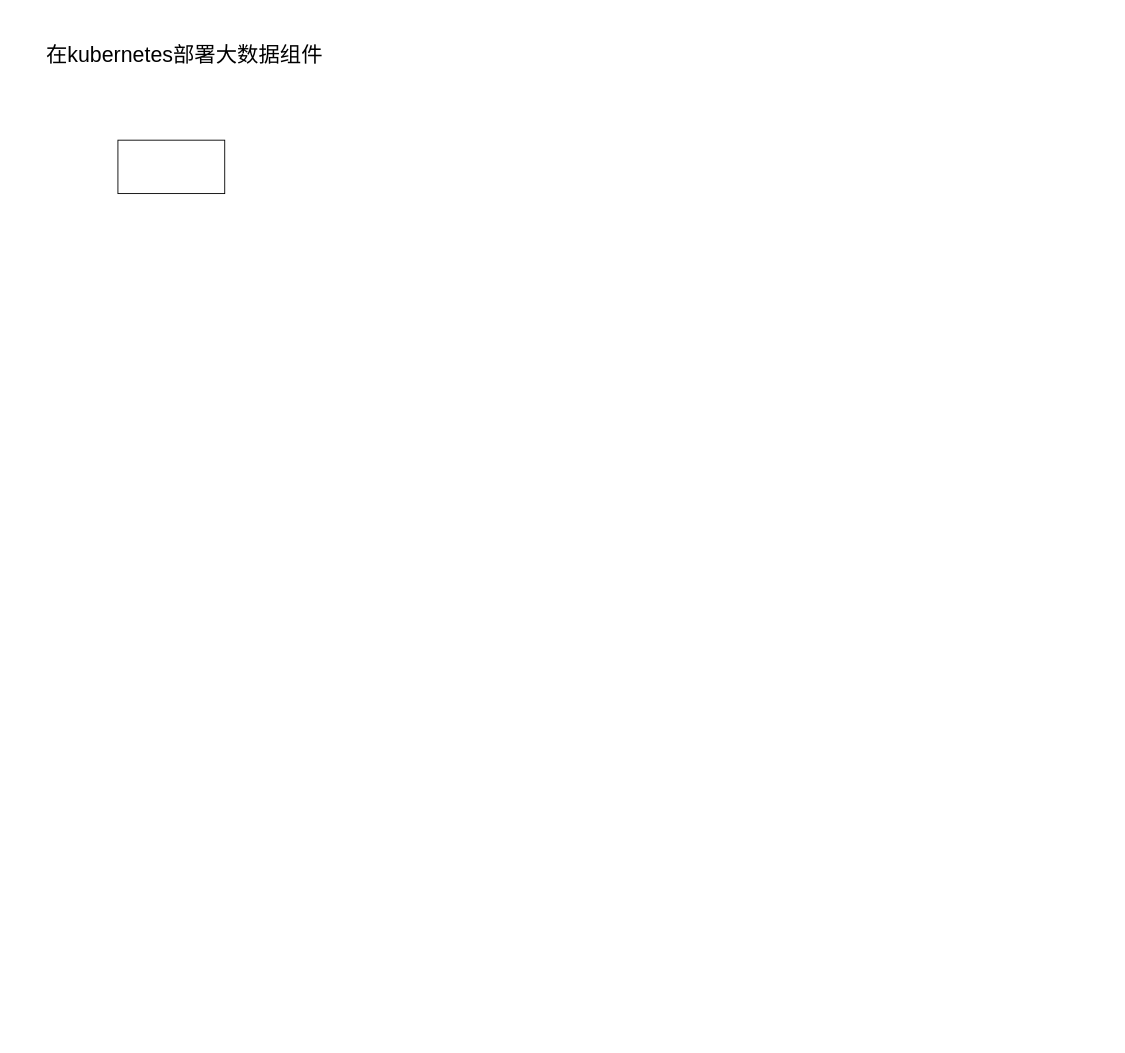
The draw.io diagram bigdata-project/项目介绍.drawio in DeadTimeHK/drawio, before the edit. Source tidied: cells renumbered, new cells numbered last; positions are measured from the earlier drawing's top-left corner, leaving out a move shared by most shapes. Both pictures are drawn from the tidied source at 89%, with x=0, y=0 at pixel (28, 42).
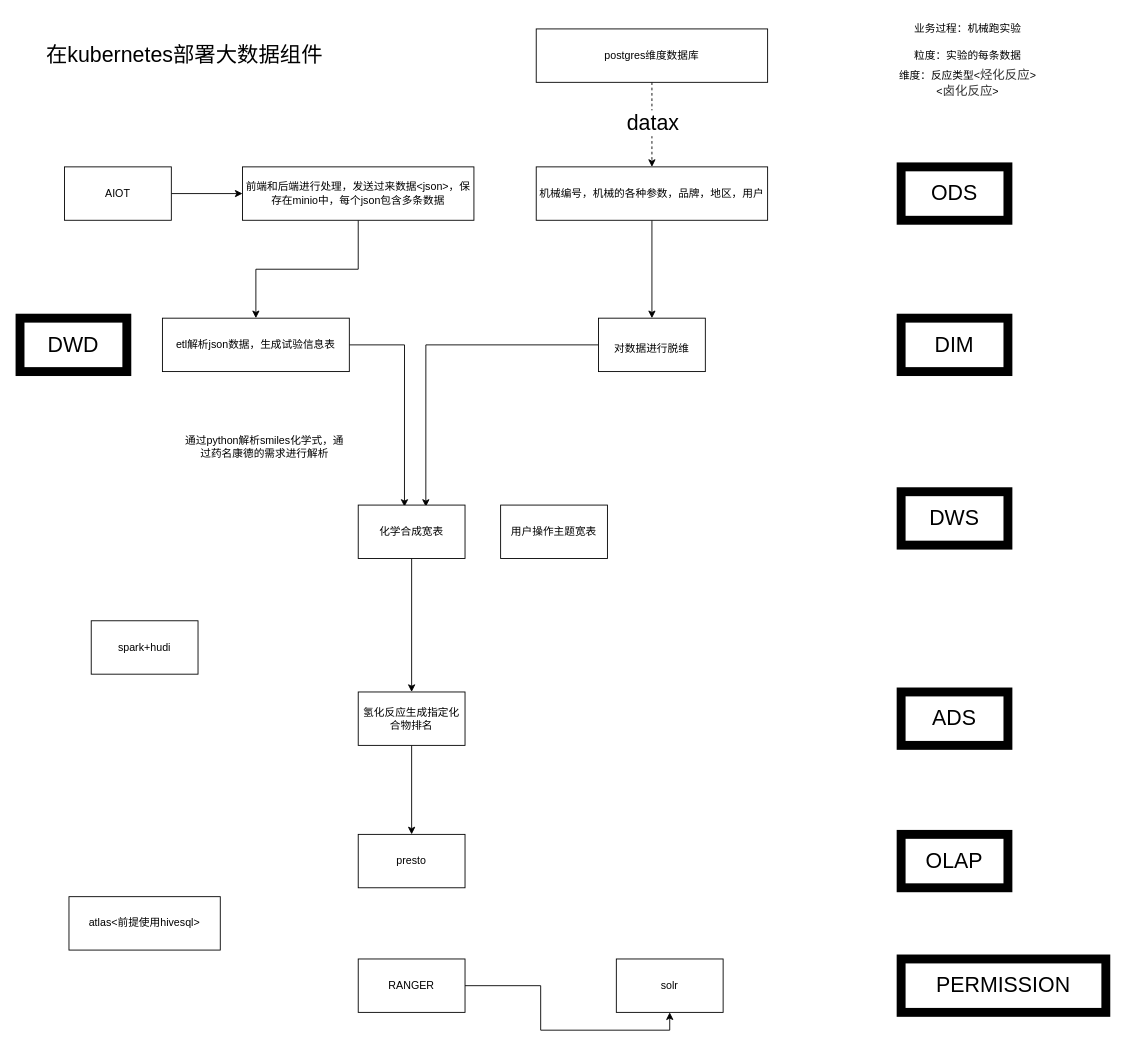
Above is the later version.

Commit message (it also covers changes not shown here):
更新项目介绍.drawio

The edit, as a diff of the source:
```diff
@@
+    <mxCell id="4" style="edgeStyle=orthogonalEdgeStyle;rounded=0;jettySize=auto;html=1;fontSize=24;" parent="1" edge="1" source="2" target="6">
+      <mxGeometry relative="1" as="geometry" />
+    </mxCell>
-    <mxCell id="2" style="rounded=0;whiteSpace=wrap;html=1;" parent="1" vertex="1">
-      <mxGeometry x="100" y="110" width="120" height="60" as="geometry" />
+    <mxCell id="2" value="AIOT" style="rounded=0;whiteSpace=wrap;html=1;" parent="1" vertex="1">
+      <mxGeometry x="40" y="140" width="120" height="60" as="geometry" />
     </mxCell>
@@
+    <mxCell id="5" style="edgeStyle=orthogonalEdgeStyle;rounded=0;jettySize=auto;html=1;fontSize=24;" parent="1" edge="1" source="6" target="8">
+      <mxGeometry relative="1" as="geometry" />
+    </mxCell>
+    <mxCell id="6" value="前端和后端进行处理，发送过来数据&amp;lt;json&amp;gt;，保存在minio中，每个json包含多条数据" style="whiteSpace=wrap;html=1;rounded=0;" parent="1" vertex="1">
+      <mxGeometry x="240" y="140" width="260" height="60" as="geometry" />
+    </mxCell>
+    <mxCell id="7" style="edgeStyle=orthogonalEdgeStyle;rounded=0;jettySize=auto;html=1;entryX=0.433;entryY=0.033;entryDx=0;entryDy=0;entryPerimeter=0;fontSize=12;" parent="1" edge="1" source="8" target="23">
+      <mxGeometry relative="1" as="geometry" />
+    </mxCell>
+    <mxCell id="8" value="etl解析json数据，生成试验信息表" style="whiteSpace=wrap;html=1;rounded=0;" parent="1" vertex="1">
+      <mxGeometry x="150" y="310" width="210" height="60" as="geometry" />
+    </mxCell>
+    <mxCell id="9" value="ODS" style="rounded=0;whiteSpace=wrap;html=1;strokeWidth=10;fontSize=24;" parent="1" vertex="1">
+      <mxGeometry x="980" y="140" width="120" height="60" as="geometry" />
+    </mxCell>
+    <mxCell id="10" value="DWD" style="rounded=0;whiteSpace=wrap;html=1;strokeWidth=10;fontSize=24;" parent="1" vertex="1">
+      <mxGeometry x="-10" y="310" width="120" height="60" as="geometry" />
+    </mxCell>
+    <mxCell id="11" style="edgeStyle=orthogonalEdgeStyle;rounded=0;jettySize=auto;html=1;fontSize=24;entryX=0.5;entryY=0;entryDx=0;entryDy=0;" parent="1" edge="1" source="12" target="17">
+      <mxGeometry relative="1" as="geometry" />
+    </mxCell>
+    <mxCell id="12" value="机械编号，机械的各种参数，品牌，地区，用户" style="whiteSpace=wrap;html=1;rounded=0;" parent="1" vertex="1">
+      <mxGeometry x="570" y="140" width="260" height="60" as="geometry" />
+    </mxCell>
+    <mxCell id="13" style="edgeStyle=orthogonalEdgeStyle;rounded=0;jettySize=auto;html=1;entryX=0.5;entryY=0;entryDx=0;entryDy=0;fontSize=24;dashed=1;" parent="1" edge="1" source="15" target="12">
+      <mxGeometry relative="1" as="geometry" />
+    </mxCell>
+    <mxCell id="14" value="datax" style="edgeLabel;html=1;align=center;verticalAlign=middle;fontSize=24;" parent="13" vertex="1">
+      <mxGeometry x="-0.31" y="-3" relative="1" as="geometry">
+        <mxPoint x="3" y="12" as="offset" />
+      </mxGeometry>
+    </mxCell>
+    <mxCell id="15" value="postgres维度数据库" style="whiteSpace=wrap;html=1;rounded=0;" parent="1" vertex="1">
+      <mxGeometry x="570" y="-15" width="260" height="60" as="geometry" />
+    </mxCell>
+    <mxCell id="16" style="edgeStyle=orthogonalEdgeStyle;rounded=0;jettySize=auto;html=1;entryX=0.633;entryY=0.033;entryDx=0;entryDy=0;entryPerimeter=0;fontSize=12;" parent="1" edge="1" source="17" target="23">
+      <mxGeometry relative="1" as="geometry" />
+    </mxCell>
+    <mxCell id="17" value="&lt;font style=&quot;font-size: 12px;&quot;&gt;对数据进行脱维&lt;/font&gt;" style="rounded=0;whiteSpace=wrap;html=1;strokeWidth=1;fontSize=24;" parent="1" vertex="1">
+      <mxGeometry x="640" y="310" width="120" height="60" as="geometry" />
+    </mxCell>
+    <mxCell id="18" value="DWS" style="rounded=0;whiteSpace=wrap;html=1;strokeWidth=10;fontSize=24;" parent="1" vertex="1">
+      <mxGeometry x="980" y="505" width="120" height="60" as="geometry" />
+    </mxCell>
+    <mxCell id="19" value="业务过程：机械跑实验" style="text;html=1;strokeColor=none;fillColor=none;align=center;verticalAlign=middle;whiteSpace=wrap;rounded=0;strokeWidth=1;fontSize=12;" parent="1" vertex="1">
+      <mxGeometry x="960" y="-30" width="190" height="30" as="geometry" />
+    </mxCell>
+    <mxCell id="20" value="粒度：实验的每条数据" style="text;html=1;strokeColor=none;fillColor=none;align=center;verticalAlign=middle;whiteSpace=wrap;rounded=0;strokeWidth=1;fontSize=12;" parent="1" vertex="1">
+      <mxGeometry x="960" width="190" height="30" as="geometry" />
+    </mxCell>
+    <mxCell id="21" value="维度：反应类型&amp;lt;&lt;span style=&quot;color: rgb(51, 51, 51); font-family: &amp;quot;Helvetica Neue&amp;quot;, Helvetica, Arial, &amp;quot;PingFang SC&amp;quot;, &amp;quot;Hiragino Sans GB&amp;quot;, &amp;quot;Microsoft YaHei&amp;quot;, &amp;quot;WenQuanYi Micro Hei&amp;quot;, sans-serif; font-size: 14px; text-align: start; text-indent: 28px; background-color: rgb(255, 255, 255);&quot;&gt;烃化反应&lt;/span&gt;&amp;gt;&lt;br&gt;&amp;lt;&lt;span style=&quot;color: rgb(51, 51, 51); font-family: &amp;quot;Helvetica Neue&amp;quot;, Helvetica, Arial, &amp;quot;PingFang SC&amp;quot;, &amp;quot;Hiragino Sans GB&amp;quot;, &amp;quot;Microsoft YaHei&amp;quot;, &amp;quot;WenQuanYi Micro Hei&amp;quot;, sans-serif; font-size: 14px; text-align: start; text-indent: 28px; background-color: rgb(255, 255, 255);&quot;&gt;卤化反应&lt;/span&gt;&amp;gt;" style="text;html=1;strokeColor=none;fillColor=none;align=center;verticalAlign=middle;whiteSpace=wrap;rounded=0;strokeWidth=1;fontSize=12;" parent="1" vertex="1">
+      <mxGeometry x="960" y="30" width="190" height="30" as="geometry" />
+    </mxCell>
+    <mxCell id="22" style="edgeStyle=orthogonalEdgeStyle;rounded=0;jettySize=auto;html=1;fontSize=12;entryX=0.5;entryY=0;entryDx=0;entryDy=0;" parent="1" edge="1" source="23" target="27">
+      <mxGeometry relative="1" as="geometry" />
+    </mxCell>
+    <mxCell id="23" value="化学合成宽表" style="rounded=0;whiteSpace=wrap;html=1;strokeWidth=1;fontSize=12;" parent="1" vertex="1">
+      <mxGeometry x="370" y="520" width="120" height="60" as="geometry" />
+    </mxCell>
+    <mxCell id="24" value="ADS" style="rounded=0;whiteSpace=wrap;html=1;strokeWidth=10;fontSize=24;" parent="1" vertex="1">
+      <mxGeometry x="980" y="730" width="120" height="60" as="geometry" />
+    </mxCell>
+    <mxCell id="25" value="DIM" style="rounded=0;whiteSpace=wrap;html=1;strokeWidth=10;fontSize=24;" parent="1" vertex="1">
+      <mxGeometry x="980" y="310" width="120" height="60" as="geometry" />
+    </mxCell>
+    <mxCell id="26" style="edgeStyle=orthogonalEdgeStyle;rounded=0;jettySize=auto;html=1;entryX=0.5;entryY=0;entryDx=0;entryDy=0;fontSize=12;" parent="1" edge="1" source="27" target="30">
+      <mxGeometry relative="1" as="geometry" />
+    </mxCell>
+    <mxCell id="27" value="氢化反应生成指定化合物排名" style="rounded=0;whiteSpace=wrap;html=1;strokeWidth=1;fontSize=12;" parent="1" vertex="1">
+      <mxGeometry x="370" y="730" width="120" height="60" as="geometry" />
+    </mxCell>
+    <mxCell id="28" value="通过python解析smiles化学式，通过药名康德的需求进行解析" style="text;html=1;strokeColor=none;fillColor=none;align=center;verticalAlign=middle;whiteSpace=wrap;rounded=0;strokeWidth=1;fontSize=12;" parent="1" vertex="1">
+      <mxGeometry x="170" y="440" width="190" height="30" as="geometry" />
+    </mxCell>
+    <mxCell id="29" value="用户操作主题宽表" style="rounded=0;whiteSpace=wrap;html=1;strokeWidth=1;fontSize=12;" parent="1" vertex="1">
+      <mxGeometry x="530" y="520" width="120" height="60" as="geometry" />
+    </mxCell>
+    <mxCell id="30" value="presto" style="rounded=0;whiteSpace=wrap;html=1;strokeWidth=1;fontSize=12;" parent="1" vertex="1">
+      <mxGeometry x="370" y="890" width="120" height="60" as="geometry" />
+    </mxCell>
+    <mxCell id="31" value="spark+hudi" style="rounded=0;whiteSpace=wrap;html=1;strokeWidth=1;fontSize=12;" parent="1" vertex="1">
+      <mxGeometry x="70" y="650" width="120" height="60" as="geometry" />
+    </mxCell>
+    <mxCell id="32" value="OLAP" style="rounded=0;whiteSpace=wrap;html=1;strokeWidth=10;fontSize=24;" parent="1" vertex="1">
+      <mxGeometry x="980" y="890" width="120" height="60" as="geometry" />
+    </mxCell>
+    <mxCell id="33" style="edgeStyle=orthogonalEdgeStyle;rounded=0;jettySize=auto;html=1;fontSize=12;entryX=0.5;entryY=1;entryDx=0;entryDy=0;" parent="1" edge="1" source="34" target="36">
+      <mxGeometry relative="1" as="geometry" />
+    </mxCell>
+    <mxCell id="34" value="RANGER" style="rounded=0;whiteSpace=wrap;html=1;strokeWidth=1;fontSize=12;" parent="1" vertex="1">
+      <mxGeometry x="370" y="1030" width="120" height="60" as="geometry" />
+    </mxCell>
+    <mxCell id="35" value="PERMISSION" style="rounded=0;whiteSpace=wrap;html=1;strokeWidth=10;fontSize=24;" parent="1" vertex="1">
+      <mxGeometry x="980" y="1030" width="230" height="60" as="geometry" />
+    </mxCell>
+    <mxCell id="36" value="solr" style="rounded=0;whiteSpace=wrap;html=1;strokeWidth=1;fontSize=12;" parent="1" vertex="1">
+      <mxGeometry x="660" y="1030" width="120" height="60" as="geometry" />
+    </mxCell>
+    <mxCell id="37" value="atlas&amp;lt;前提使用hivesql&amp;gt;" style="rounded=0;whiteSpace=wrap;html=1;strokeWidth=1;fontSize=12;" parent="1" vertex="1">
+      <mxGeometry x="45" y="960" width="170" height="60" as="geometry" />
+    </mxCell>
```
